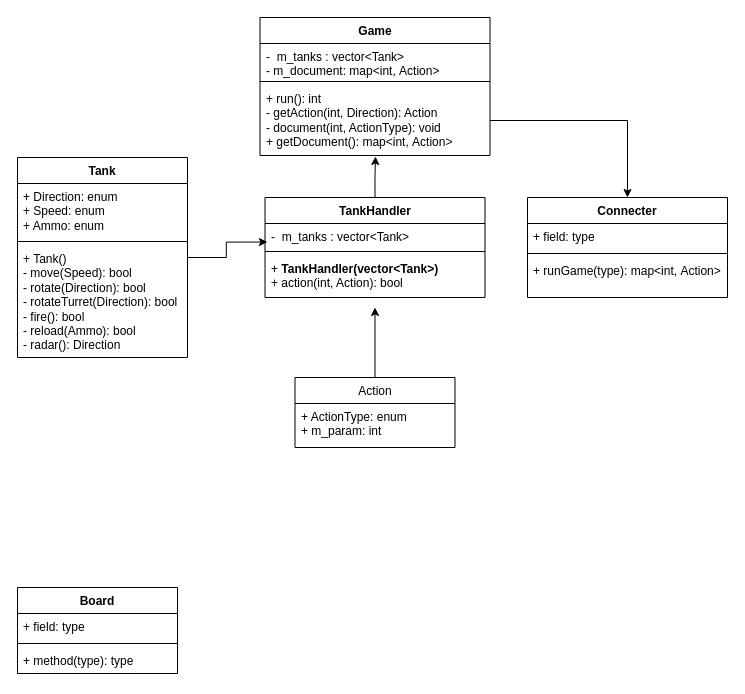
Earlier version of the draw.io diagram uml.drawio (exinc1/tankscodecombat). Source tidied: cells renumbered, new cells numbered last; positions are measured from the earlier drawing's top-left corner, leaving out a move shared by most shapes. Both pictures are drawn from the tidied source at 100%, with x=0, y=0 at pixel (17, 17).
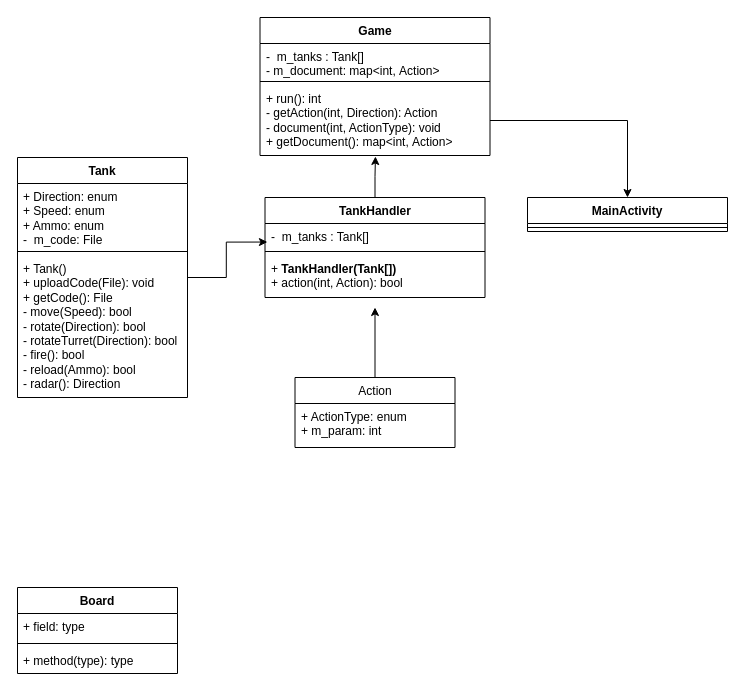
After the change.

The change refers to these unchanged cells:
```xml
<mxCell id="6" value="TankHandler" style="swimlane;fontStyle=1;align=center;verticalAlign=top;horizontal=1;startSize=26;whiteSpace=wrap;html=1;" parent="1" vertex="1">
  <mxGeometry x="247.5" y="180" width="220" height="100" as="geometry" />
</mxCell>
<mxCell id="10" value="Game" style="swimlane;fontStyle=1;align=center;verticalAlign=top;horizontal=1;startSize=26;whiteSpace=wrap;html=1;" parent="1" vertex="1">
  <mxGeometry x="242.5" width="230" height="138" as="geometry" />
</mxCell>
```

Diff of the diagram source:
```diff
@@
     <mxCell id="2" value="Tank" style="swimlane;fontStyle=1;align=center;verticalAlign=top;horizontal=1;startSize=26;whiteSpace=wrap;html=1;" parent="1" vertex="1">
-      <mxGeometry y="140" width="170" height="200" as="geometry" />
+      <mxGeometry y="140" width="170" height="240" as="geometry" />
     </mxCell>
-    <mxCell id="3" value="+ Direction: enum&lt;div&gt;+ Speed: enum&lt;br&gt;&lt;div&gt;+ Ammo: enum&lt;/div&gt;&lt;/div&gt;" style="text;strokeColor=none;fillColor=none;align=left;verticalAlign=top;spacingLeft=4;spacingRight=4;overflow=hidden;whiteSpace=wrap;html=1;" parent="2" vertex="1">
-      <mxGeometry y="26" width="170" height="54" as="geometry" />
+    <mxCell id="3" value="+ Direction: enum&lt;div&gt;+ Speed: enum&lt;br&gt;&lt;div&gt;+ Ammo: enum&lt;/div&gt;&lt;/div&gt;&lt;div&gt;-&amp;nbsp; m_code: File&amp;nbsp;&lt;/div&gt;" style="text;strokeColor=none;fillColor=none;align=left;verticalAlign=top;spacingLeft=4;spacingRight=4;overflow=hidden;whiteSpace=wrap;html=1;" parent="2" vertex="1">
+      <mxGeometry y="26" width="170" height="64" as="geometry" />
     </mxCell>
     <mxCell id="4" style="line;strokeWidth=1;fillColor=none;align=left;verticalAlign=middle;spacingTop=-1;spacingLeft=3;spacingRight=3;labelPosition=right;strokeColor=inherit;" parent="2" vertex="1">
-      <mxGeometry y="80" width="170" height="8" as="geometry" />
+      <mxGeometry y="90" width="170" height="8" as="geometry" />
     </mxCell>
-    <mxCell id="5" value="&lt;div&gt;+ Tank()&lt;/div&gt;- move(Speed): bool&lt;div&gt;- rotate(&lt;span style=&quot;background-color: transparent; color: light-dark(rgb(0, 0, 0), rgb(255, 255, 255));&quot;&gt;Direction&lt;/span&gt;&lt;span style=&quot;background-color: transparent; color: light-dark(rgb(0, 0, 0), rgb(255, 255, 255));&quot;&gt;): bool&lt;/span&gt;&lt;/div&gt;&lt;div&gt;- rotateTurret(&lt;span style=&quot;background-color: transparent; color: light-dark(rgb(0, 0, 0), rgb(255, 255, 255));&quot;&gt;Direction&lt;/span&gt;&lt;span style=&quot;background-color: transparent; color: light-dark(rgb(0, 0, 0), rgb(255, 255, 255));&quot;&gt;): bool&lt;/span&gt;&lt;/div&gt;&lt;div&gt;&lt;span style=&quot;background-color: transparent; color: light-dark(rgb(0, 0, 0), rgb(255, 255, 255));&quot;&gt;- fire(): bool&lt;br&gt;- reload(&lt;/span&gt;&lt;span style=&quot;background-color: transparent; color: light-dark(rgb(0, 0, 0), rgb(255, 255, 255));&quot;&gt;Ammo): bool&lt;/span&gt;&lt;/div&gt;&lt;div&gt;&lt;span style=&quot;background-color: transparent; color: light-dark(rgb(0, 0, 0), rgb(255, 255, 255));&quot;&gt;- radar():&amp;nbsp;&lt;/span&gt;&lt;span style=&quot;background-color: transparent; color: light-dark(rgb(0, 0, 0), rgb(255, 255, 255));&quot;&gt;Direction&lt;/span&gt;&lt;/div&gt;" style="text;strokeColor=none;fillColor=none;align=left;verticalAlign=top;spacingLeft=4;spacingRight=4;overflow=hidden;whiteSpace=wrap;html=1;" parent="2" vertex="1">
-      <mxGeometry y="88" width="170" height="112" as="geometry" />
+    <mxCell id="5" value="&lt;div&gt;+ Tank()&lt;/div&gt;&lt;div&gt;+ uploadCode(File): void&lt;/div&gt;&lt;div&gt;+ getCode(): File&lt;/div&gt;- move(Speed): bool&lt;div&gt;- rotate(&lt;span style=&quot;background-color: transparent; color: light-dark(rgb(0, 0, 0), rgb(255, 255, 255));&quot;&gt;Direction&lt;/span&gt;&lt;span style=&quot;background-color: transparent; color: light-dark(rgb(0, 0, 0), rgb(255, 255, 255));&quot;&gt;): bool&lt;/span&gt;&lt;/div&gt;&lt;div&gt;- rotateTurret(&lt;span style=&quot;background-color: transparent; color: light-dark(rgb(0, 0, 0), rgb(255, 255, 255));&quot;&gt;Direction&lt;/span&gt;&lt;span style=&quot;background-color: transparent; color: light-dark(rgb(0, 0, 0), rgb(255, 255, 255));&quot;&gt;): bool&lt;/span&gt;&lt;/div&gt;&lt;div&gt;&lt;span style=&quot;background-color: transparent; color: light-dark(rgb(0, 0, 0), rgb(255, 255, 255));&quot;&gt;- fire(): bool&lt;br&gt;- reload(&lt;/span&gt;&lt;span style=&quot;background-color: transparent; color: light-dark(rgb(0, 0, 0), rgb(255, 255, 255));&quot;&gt;Ammo): bool&lt;/span&gt;&lt;/div&gt;&lt;div&gt;&lt;span style=&quot;background-color: transparent; color: light-dark(rgb(0, 0, 0), rgb(255, 255, 255));&quot;&gt;- radar():&amp;nbsp;&lt;/span&gt;&lt;span style=&quot;background-color: transparent; color: light-dark(rgb(0, 0, 0), rgb(255, 255, 255));&quot;&gt;Direction&lt;/span&gt;&lt;/div&gt;" style="text;strokeColor=none;fillColor=none;align=left;verticalAlign=top;spacingLeft=4;spacingRight=4;overflow=hidden;whiteSpace=wrap;html=1;" parent="2" vertex="1">
+      <mxGeometry y="98" width="170" height="142" as="geometry" />
     </mxCell>
@@
-    <mxCell id="7" value="-&amp;nbsp; m_tanks : vector&amp;lt;Tank&amp;gt;" style="text;strokeColor=none;fillColor=none;align=left;verticalAlign=top;spacingLeft=4;spacingRight=4;overflow=hidden;points=[[0,0.5],[1,0.5]];portConstraint=eastwest;whiteSpace=wrap;html=1;" parent="6" vertex="1">
+    <mxCell id="7" value="-&amp;nbsp; m_tanks : Tank[]" style="text;strokeColor=none;fillColor=none;align=left;verticalAlign=top;spacingLeft=4;spacingRight=4;overflow=hidden;points=[[0,0.5],[1,0.5]];portConstraint=eastwest;whiteSpace=wrap;html=1;" parent="6" vertex="1">
       <mxGeometry y="26" width="220" height="24" as="geometry" />
     </mxCell>
@@
-    <mxCell id="9" value="&lt;div&gt;+&amp;nbsp;&lt;span style=&quot;font-weight: 700; text-align: center; background-color: transparent; color: light-dark(rgb(0, 0, 0), rgb(255, 255, 255));&quot;&gt;TankHandler(vector&amp;lt;Tank&amp;gt;)&lt;/span&gt;&lt;span style=&quot;background-color: transparent; color: light-dark(rgb(0, 0, 0), rgb(255, 255, 255));&quot;&gt;&amp;nbsp;&lt;/span&gt;&lt;/div&gt;+ action(int, Action): bool" style="text;strokeColor=none;fillColor=none;align=left;verticalAlign=top;spacingLeft=4;spacingRight=4;overflow=hidden;whiteSpace=wrap;html=1;" parent="6" vertex="1">
+    <mxCell id="9" value="&lt;div&gt;+&amp;nbsp;&lt;span style=&quot;font-weight: 700; text-align: center; background-color: transparent; color: light-dark(rgb(0, 0, 0), rgb(255, 255, 255));&quot;&gt;TankHandler(Tank[])&lt;/span&gt;&lt;span style=&quot;background-color: transparent; color: light-dark(rgb(0, 0, 0), rgb(255, 255, 255));&quot;&gt;&amp;nbsp;&lt;/span&gt;&lt;/div&gt;+ action(int, Action): bool" style="text;strokeColor=none;fillColor=none;align=left;verticalAlign=top;spacingLeft=4;spacingRight=4;overflow=hidden;whiteSpace=wrap;html=1;" parent="6" vertex="1">
       <mxGeometry y="58" width="220" height="42" as="geometry" />
     </mxCell>
@@
-    <mxCell id="11" value="&lt;div&gt;-&amp;nbsp; m_tanks : vector&amp;lt;Tank&amp;gt;&lt;/div&gt;- m_document&lt;span style=&quot;background-color: transparent; color: light-dark(rgb(0, 0, 0), rgb(255, 255, 255));&quot;&gt;: map&amp;lt;int,&amp;nbsp;&lt;/span&gt;Action&amp;gt;" style="text;strokeColor=none;fillColor=none;align=left;verticalAlign=top;spacingLeft=4;spacingRight=4;overflow=hidden;whiteSpace=wrap;html=1;" parent="10" vertex="1">
+    <mxCell id="11" value="&lt;div&gt;-&amp;nbsp; m_tanks : Tank[]&lt;/div&gt;- m_document&lt;span style=&quot;background-color: transparent; color: light-dark(rgb(0, 0, 0), rgb(255, 255, 255));&quot;&gt;: map&amp;lt;int,&amp;nbsp;&lt;/span&gt;Action&amp;gt;" style="text;strokeColor=none;fillColor=none;align=left;verticalAlign=top;spacingLeft=4;spacingRight=4;overflow=hidden;whiteSpace=wrap;html=1;" parent="10" vertex="1">
       <mxGeometry y="26" width="230" height="34" as="geometry" />
     </mxCell>
@@
-    <mxCell id="17" value="Connecter" style="swimlane;fontStyle=1;align=center;verticalAlign=top;horizontal=1;startSize=26;whiteSpace=wrap;html=1;" parent="1" vertex="1">
-      <mxGeometry x="510" y="180" width="200" height="100" as="geometry" />
+    <mxCell id="17" value="MainActivity" style="swimlane;fontStyle=1;align=center;verticalAlign=top;horizontal=1;startSize=26;whiteSpace=wrap;html=1;" parent="1" vertex="1">
+      <mxGeometry x="510" y="180" width="200" height="34" as="geometry" />
     </mxCell>
-    <mxCell id="18" value="+ field: type" style="text;strokeColor=none;fillColor=none;align=left;verticalAlign=top;spacingLeft=4;spacingRight=4;overflow=hidden;whiteSpace=wrap;html=1;" parent="17" vertex="1">
-      <mxGeometry y="26" width="200" height="26" as="geometry" />
-    </mxCell>
     <mxCell id="19" style="line;strokeWidth=1;fillColor=none;align=left;verticalAlign=middle;spacingTop=-1;spacingLeft=3;spacingRight=3;labelPosition=right;strokeColor=inherit;" parent="17" vertex="1">
-      <mxGeometry y="52" width="200" height="8" as="geometry" />
+      <mxGeometry y="26" width="200" height="8" as="geometry" />
     </mxCell>
-    <mxCell id="20" value="+ runGame(type):&amp;nbsp;&lt;span style=&quot;color: light-dark(rgb(0, 0, 0), rgb(255, 255, 255)); background-color: transparent;&quot;&gt;map&amp;lt;int,&amp;nbsp;&lt;/span&gt;Action&lt;span style=&quot;color: light-dark(rgb(0, 0, 0), rgb(255, 255, 255)); background-color: transparent;&quot;&gt;&amp;gt;&lt;/span&gt;" style="text;strokeColor=none;fillColor=none;align=left;verticalAlign=top;spacingLeft=4;spacingRight=4;overflow=hidden;whiteSpace=wrap;html=1;" parent="17" vertex="1">
-      <mxGeometry y="60" width="200" height="40" as="geometry" />
-    </mxCell>
```
